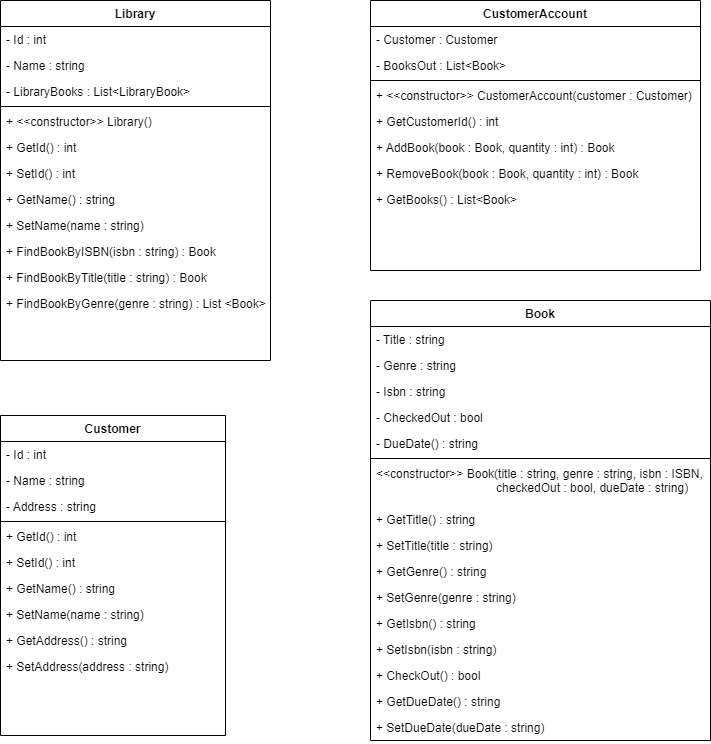
Above: Courses/PROG1075 - Structured Project II/Modules/Module 3 - Classes and Objects  A Deeper Look/UML/A3-1-Class-Diagram.png in RyanLBuchanan/Software-Technology (draw.io), before the change. Source tidied: cells renumbered, new cells last; positions are measured from the earlier drawing's top-left corner, leaving out a move shared by most shapes. Its diagram source:
```xml
<mxGraphModel>
  <root>
    <mxCell id="0" />
    <mxCell id="1" parent="0" />
    <mxCell id="2" value="Library" style="swimlane;fontStyle=1;align=center;verticalAlign=top;horizontal=1;startSize=26;rounded=0;shadow=0;strokeWidth=1;" parent="1" vertex="1">
      <mxGeometry width="270" height="360" as="geometry" />
    </mxCell>
    <mxCell id="3" value="- Id : int" style="text;align=left;verticalAlign=top;spacingLeft=4;spacingRight=4;overflow=hidden;" parent="2" vertex="1">
      <mxGeometry y="26" width="270" height="26" as="geometry" />
    </mxCell>
    <mxCell id="4" value="- Name : string" style="text;align=left;verticalAlign=top;spacingLeft=4;spacingRight=4;overflow=hidden;rounded=0;shadow=0;html=0;" parent="2" vertex="1">
      <mxGeometry y="52" width="270" height="26" as="geometry" />
    </mxCell>
    <mxCell id="5" value="- LibraryBooks : List&lt;LibraryBook&gt;" style="text;align=left;verticalAlign=top;spacingLeft=4;spacingRight=4;overflow=hidden;rounded=0;shadow=0;html=0;" parent="2" vertex="1">
      <mxGeometry y="78" width="270" height="26" as="geometry" />
    </mxCell>
    <mxCell id="6" style="line;html=1;strokeWidth=1;align=left;verticalAlign=middle;spacingTop=-1;spacingLeft=3;spacingRight=3;labelPosition=right;" parent="2" vertex="1">
      <mxGeometry y="104" width="270" height="4" as="geometry" />
    </mxCell>
    <mxCell id="7" value="+ &lt;&lt;constructor&gt;&gt; Library()" style="text;align=left;verticalAlign=top;spacingLeft=4;spacingRight=4;overflow=hidden;fontStyle=0;" parent="2" vertex="1">
      <mxGeometry y="108" width="270" height="26" as="geometry" />
    </mxCell>
    <mxCell id="8" value="+ GetId() : int" style="text;align=left;verticalAlign=top;spacingLeft=4;spacingRight=4;overflow=hidden;" parent="2" vertex="1">
      <mxGeometry y="134" width="270" height="26" as="geometry" />
    </mxCell>
    <mxCell id="9" value="+ SetId() : int" style="text;align=left;verticalAlign=top;spacingLeft=4;spacingRight=4;overflow=hidden;" parent="2" vertex="1">
      <mxGeometry y="160" width="270" height="26" as="geometry" />
    </mxCell>
    <mxCell id="10" value="+ GetName() : string" style="text;align=left;verticalAlign=top;spacingLeft=4;spacingRight=4;overflow=hidden;" parent="2" vertex="1">
      <mxGeometry y="186" width="270" height="26" as="geometry" />
    </mxCell>
    <mxCell id="11" value="+ SetName(name : string) " style="text;align=left;verticalAlign=top;spacingLeft=4;spacingRight=4;overflow=hidden;" parent="2" vertex="1">
      <mxGeometry y="212" width="270" height="26" as="geometry" />
    </mxCell>
    <mxCell id="12" value="+ FindBookByISBN(isbn : string) : Book " style="text;align=left;verticalAlign=top;spacingLeft=4;spacingRight=4;overflow=hidden;" parent="2" vertex="1">
      <mxGeometry y="238" width="270" height="26" as="geometry" />
    </mxCell>
    <mxCell id="13" value="+ FindBookByTitle(title : string) : Book " style="text;align=left;verticalAlign=top;spacingLeft=4;spacingRight=4;overflow=hidden;" parent="2" vertex="1">
      <mxGeometry y="264" width="270" height="26" as="geometry" />
    </mxCell>
    <mxCell id="14" value="+ FindBookByGenre(genre : string) : List &lt;Book&gt;" style="text;align=left;verticalAlign=top;spacingLeft=4;spacingRight=4;overflow=hidden;" parent="2" vertex="1">
      <mxGeometry y="290" width="270" height="26" as="geometry" />
    </mxCell>
    <mxCell id="15" value="CustomerAccount" style="swimlane;fontStyle=1;align=center;verticalAlign=top;horizontal=1;startSize=26;rounded=0;shadow=0;strokeWidth=1;" parent="1" vertex="1">
      <mxGeometry x="370" width="330" height="270" as="geometry" />
    </mxCell>
    <mxCell id="16" value="- Customer : Customer" style="text;align=left;verticalAlign=top;spacingLeft=4;spacingRight=4;overflow=hidden;" parent="15" vertex="1">
      <mxGeometry y="26" width="330" height="26" as="geometry" />
    </mxCell>
    <mxCell id="17" value="- BooksOut : List&lt;Book&gt;" style="text;align=left;verticalAlign=top;spacingLeft=4;spacingRight=4;overflow=hidden;rounded=0;shadow=0;html=0;" parent="15" vertex="1">
      <mxGeometry y="52" width="330" height="26" as="geometry" />
    </mxCell>
    <mxCell id="18" style="line;html=1;strokeWidth=1;align=left;verticalAlign=middle;spacingTop=-1;spacingLeft=3;spacingRight=3;labelPosition=right;" parent="15" vertex="1">
      <mxGeometry y="78" width="330" height="4" as="geometry" />
    </mxCell>
    <mxCell id="19" value="+ &lt;&lt;constructor&gt;&gt; CustomerAccount(customer : Customer)" style="text;align=left;verticalAlign=top;spacingLeft=4;spacingRight=4;overflow=hidden;fontStyle=0;" parent="15" vertex="1">
      <mxGeometry y="82" width="330" height="26" as="geometry" />
    </mxCell>
    <mxCell id="20" value="+ GetCustomerId() : int" style="text;align=left;verticalAlign=top;spacingLeft=4;spacingRight=4;overflow=hidden;" parent="15" vertex="1">
      <mxGeometry y="108" width="330" height="26" as="geometry" />
    </mxCell>
    <mxCell id="21" value="+ AddBook(book : Book, quantity : int) : Book" style="text;align=left;verticalAlign=top;spacingLeft=4;spacingRight=4;overflow=hidden;" parent="15" vertex="1">
      <mxGeometry y="134" width="330" height="26" as="geometry" />
    </mxCell>
    <mxCell id="22" value="+ RemoveBook(book : Book, quantity : int) : Book " style="text;align=left;verticalAlign=top;spacingLeft=4;spacingRight=4;overflow=hidden;" parent="15" vertex="1">
      <mxGeometry y="160" width="330" height="26" as="geometry" />
    </mxCell>
    <mxCell id="23" value="+ GetBooks() : List&lt;Book&gt;" style="text;align=left;verticalAlign=top;spacingLeft=4;spacingRight=4;overflow=hidden;" parent="15" vertex="1">
      <mxGeometry y="186" width="330" height="26" as="geometry" />
    </mxCell>
    <mxCell id="24" value="Customer" style="swimlane;fontStyle=1;align=center;verticalAlign=top;horizontal=1;startSize=26;rounded=0;shadow=0;strokeWidth=1;" parent="1" vertex="1">
      <mxGeometry y="415" width="225" height="320" as="geometry" />
    </mxCell>
    <mxCell id="25" value="- Id : int" style="text;align=left;verticalAlign=top;spacingLeft=4;spacingRight=4;overflow=hidden;" parent="24" vertex="1">
      <mxGeometry y="26" width="225" height="26" as="geometry" />
    </mxCell>
    <mxCell id="26" value="- Name : string" style="text;align=left;verticalAlign=top;spacingLeft=4;spacingRight=4;overflow=hidden;rounded=0;shadow=0;html=0;" parent="24" vertex="1">
      <mxGeometry y="52" width="225" height="26" as="geometry" />
    </mxCell>
    <mxCell id="27" value="- Address : string" style="text;align=left;verticalAlign=top;spacingLeft=4;spacingRight=4;overflow=hidden;rounded=0;shadow=0;html=0;" parent="24" vertex="1">
      <mxGeometry y="78" width="225" height="26" as="geometry" />
    </mxCell>
    <mxCell id="28" style="line;html=1;strokeWidth=1;align=left;verticalAlign=middle;spacingTop=-1;spacingLeft=3;spacingRight=3;labelPosition=right;" parent="24" vertex="1">
      <mxGeometry y="104" width="225" height="4" as="geometry" />
    </mxCell>
    <mxCell id="29" value="+ GetId() : int" style="text;align=left;verticalAlign=top;spacingLeft=4;spacingRight=4;overflow=hidden;" parent="24" vertex="1">
      <mxGeometry y="108" width="225" height="26" as="geometry" />
    </mxCell>
    <mxCell id="30" value="+ SetId() : int" style="text;align=left;verticalAlign=top;spacingLeft=4;spacingRight=4;overflow=hidden;" parent="24" vertex="1">
      <mxGeometry y="134" width="225" height="26" as="geometry" />
    </mxCell>
    <mxCell id="31" value="+ GetName() : string" style="text;align=left;verticalAlign=top;spacingLeft=4;spacingRight=4;overflow=hidden;" parent="24" vertex="1">
      <mxGeometry y="160" width="225" height="26" as="geometry" />
    </mxCell>
    <mxCell id="32" value="+ SetName(name : string) " style="text;align=left;verticalAlign=top;spacingLeft=4;spacingRight=4;overflow=hidden;" parent="24" vertex="1">
      <mxGeometry y="186" width="225" height="26" as="geometry" />
    </mxCell>
    <mxCell id="33" value="+ GetAddress() : string" style="text;align=left;verticalAlign=top;spacingLeft=4;spacingRight=4;overflow=hidden;" parent="24" vertex="1">
      <mxGeometry y="212" width="225" height="26" as="geometry" />
    </mxCell>
    <mxCell id="34" value="+ SetAddress(address : string) " style="text;align=left;verticalAlign=top;spacingLeft=4;spacingRight=4;overflow=hidden;" parent="24" vertex="1">
      <mxGeometry y="238" width="225" height="26" as="geometry" />
    </mxCell>
    <mxCell id="35" value="Book" style="swimlane;fontStyle=1;align=center;verticalAlign=top;horizontal=1;startSize=26;rounded=0;shadow=0;strokeWidth=1;" parent="1" vertex="1">
      <mxGeometry x="370" y="300" width="340" height="440" as="geometry" />
    </mxCell>
    <mxCell id="36" value="- Title : string" style="text;align=left;verticalAlign=top;spacingLeft=4;spacingRight=4;overflow=hidden;rounded=0;shadow=0;html=0;" parent="35" vertex="1">
      <mxGeometry y="26" width="340" height="26" as="geometry" />
    </mxCell>
    <mxCell id="37" value="- Genre : string" style="text;align=left;verticalAlign=top;spacingLeft=4;spacingRight=4;overflow=hidden;rounded=0;shadow=0;html=0;" parent="35" vertex="1">
      <mxGeometry y="52" width="340" height="26" as="geometry" />
    </mxCell>
    <mxCell id="38" value="- Isbn : string" style="text;align=left;verticalAlign=top;spacingLeft=4;spacingRight=4;overflow=hidden;" parent="35" vertex="1">
      <mxGeometry y="78" width="340" height="26" as="geometry" />
    </mxCell>
    <mxCell id="39" value="- CheckedOut : bool" style="text;align=left;verticalAlign=top;spacingLeft=4;spacingRight=4;overflow=hidden;" parent="35" vertex="1">
      <mxGeometry y="104" width="340" height="26" as="geometry" />
    </mxCell>
    <mxCell id="40" value="- DueDate() : string" style="text;align=left;verticalAlign=top;spacingLeft=4;spacingRight=4;overflow=hidden;" parent="35" vertex="1">
      <mxGeometry y="130" width="340" height="26" as="geometry" />
    </mxCell>
    <mxCell id="41" style="line;html=1;strokeWidth=1;align=left;verticalAlign=middle;spacingTop=-1;spacingLeft=3;spacingRight=3;labelPosition=right;" parent="35" vertex="1">
      <mxGeometry y="156" width="340" height="4" as="geometry" />
    </mxCell>
    <mxCell id="42" value="&lt;&lt;constructor&gt;&gt; Book(title : string, genre : string, isbn : ISBN, &#10;                                    checkedOut : bool, dueDate : string)" style="text;align=left;verticalAlign=top;spacingLeft=4;spacingRight=4;overflow=hidden;" parent="35" vertex="1">
      <mxGeometry y="160" width="340" height="46" as="geometry" />
    </mxCell>
    <mxCell id="43" value="+ GetTitle() : string" style="text;align=left;verticalAlign=top;spacingLeft=4;spacingRight=4;overflow=hidden;" parent="35" vertex="1">
      <mxGeometry y="206" width="340" height="26" as="geometry" />
    </mxCell>
    <mxCell id="44" value="+ SetTitle(title : string) " style="text;align=left;verticalAlign=top;spacingLeft=4;spacingRight=4;overflow=hidden;" parent="35" vertex="1">
      <mxGeometry y="232" width="340" height="26" as="geometry" />
    </mxCell>
    <mxCell id="45" value="+ GetGenre() : string" style="text;align=left;verticalAlign=top;spacingLeft=4;spacingRight=4;overflow=hidden;" parent="35" vertex="1">
      <mxGeometry y="258" width="340" height="26" as="geometry" />
    </mxCell>
    <mxCell id="46" value="+ SetGenre(genre : string) " style="text;align=left;verticalAlign=top;spacingLeft=4;spacingRight=4;overflow=hidden;" parent="35" vertex="1">
      <mxGeometry y="284" width="340" height="26" as="geometry" />
    </mxCell>
    <mxCell id="47" value="+ GetIsbn() : string" style="text;align=left;verticalAlign=top;spacingLeft=4;spacingRight=4;overflow=hidden;" parent="35" vertex="1">
      <mxGeometry y="310" width="340" height="26" as="geometry" />
    </mxCell>
    <mxCell id="48" value="+ SetIsbn(isbn : string)" style="text;align=left;verticalAlign=top;spacingLeft=4;spacingRight=4;overflow=hidden;" parent="35" vertex="1">
      <mxGeometry y="336" width="340" height="26" as="geometry" />
    </mxCell>
    <mxCell id="49" value="+ CheckOut() : bool " style="text;align=left;verticalAlign=top;spacingLeft=4;spacingRight=4;overflow=hidden;" parent="35" vertex="1">
      <mxGeometry y="362" width="340" height="26" as="geometry" />
    </mxCell>
    <mxCell id="50" value="+ GetDueDate() : string " style="text;align=left;verticalAlign=top;spacingLeft=4;spacingRight=4;overflow=hidden;" parent="35" vertex="1">
      <mxGeometry y="388" width="340" height="26" as="geometry" />
    </mxCell>
    <mxCell id="51" value="+ SetDueDate(dueDate : string) " style="text;align=left;verticalAlign=top;spacingLeft=4;spacingRight=4;overflow=hidden;" parent="35" vertex="1">
      <mxGeometry y="414" width="340" height="26" as="geometry" />
    </mxCell>
  </root>
</mxGraphModel>
```
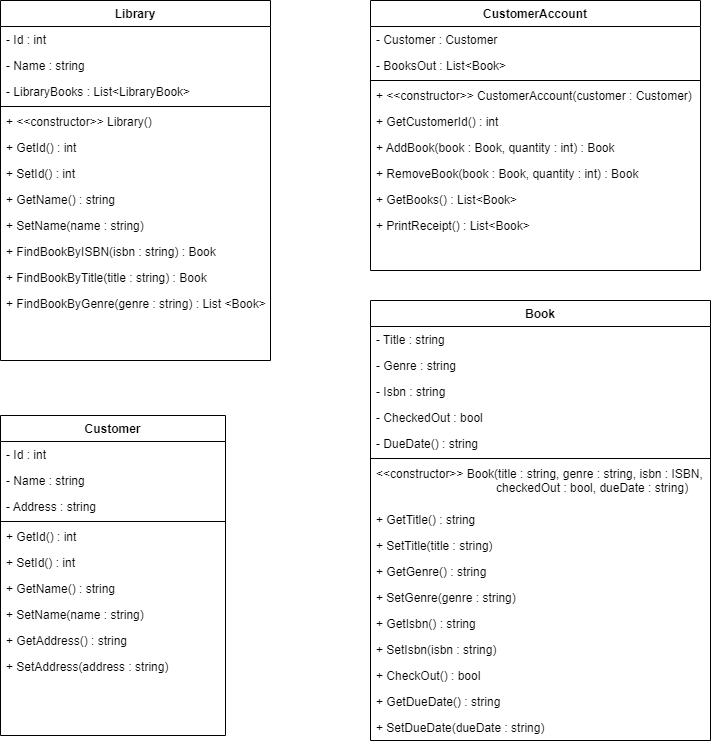
Later version of the same file.

The edit, as a diff of the source:
```diff
@@ -68,6 +68,9 @@
     <mxCell id="23" value="+ GetBooks() : List&lt;Book&gt;" style="text;align=left;verticalAlign=top;spacingLeft=4;spacingRight=4;overflow=hidden;" parent="15" vertex="1">
       <mxGeometry y="186" width="330" height="26" as="geometry" />
     </mxCell>
+    <mxCell id="52" value="+ PrintReceipt() : List&lt;Book&gt;" style="text;align=left;verticalAlign=top;spacingLeft=4;spacingRight=4;overflow=hidden;" parent="15" vertex="1">
+      <mxGeometry y="212" width="330" height="26" as="geometry" />
+    </mxCell>
     <mxCell id="24" value="Customer" style="swimlane;fontStyle=1;align=center;verticalAlign=top;horizontal=1;startSize=26;rounded=0;shadow=0;strokeWidth=1;" parent="1" vertex="1">
       <mxGeometry y="415" width="225" height="320" as="geometry" />
     </mxCell>
```
